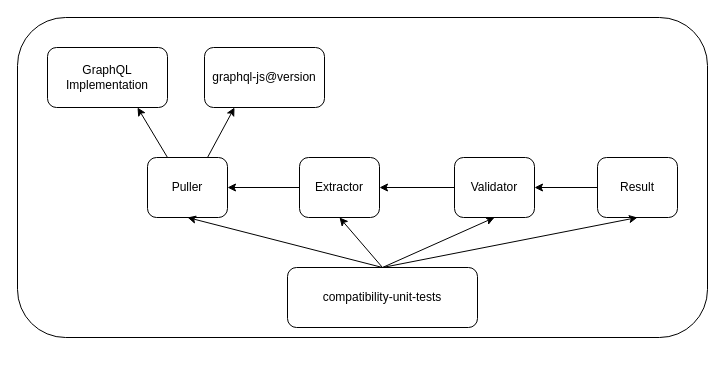
Earlier version of the draw.io diagram architecture/architecture.drawio (graphql-go/compatibility-unit-tests). Source tidied: cells renumbered, new cells numbered last; positions are measured from the earlier drawing's top-left corner, leaving out a move shared by most shapes. Both pictures are drawn from the tidied source at 100%, with x=0, y=0 at pixel (17, 17).
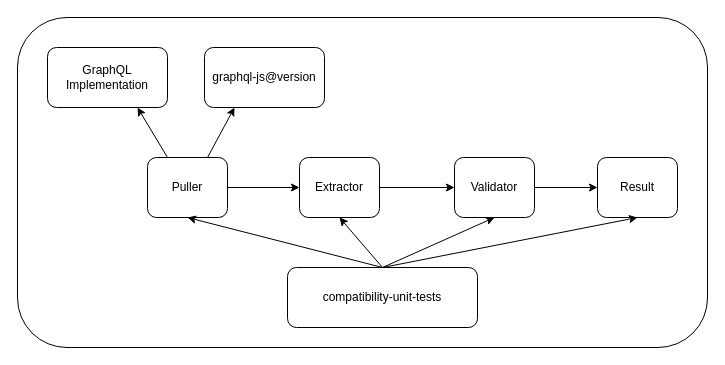
After the change.

The edit, as a diff of the source:
```diff
@@
 <mxGraphModel>
   <root>
     <mxCell id="0" />
     <mxCell id="1" parent="0" />
     <mxCell id="2" style="rounded=1;whiteSpace=wrap;html=1;fillColor=none;" parent="1" vertex="1">
-      <mxGeometry width="690" height="320" as="geometry" />
+      <mxGeometry width="690" height="330" as="geometry" />
     </mxCell>
     <mxCell id="3" value="graphql-js@version" style="rounded=1;whiteSpace=wrap;html=1;" parent="1" vertex="1">
       <mxGeometry x="187" y="30" width="120" height="60" as="geometry" />
     </mxCell>
     <mxCell id="4" value="GraphQL Implementation" style="rounded=1;whiteSpace=wrap;html=1;" parent="1" vertex="1">
       <mxGeometry x="30" y="30" width="120" height="60" as="geometry" />
     </mxCell>
     <mxCell id="5" value="compatibility-unit-tests" style="rounded=1;whiteSpace=wrap;html=1;" parent="1" vertex="1">
       <mxGeometry x="270" y="250" width="190" height="60" as="geometry" />
     </mxCell>
     <mxCell id="6" style="endArrow=classic;html=1;rounded=0;entryX=0.25;entryY=1;entryDx=0;entryDy=0;exitX=0.75;exitY=0;exitDx=0;exitDy=0;" parent="1" edge="1" source="8" target="3">
       <mxGeometry relative="1" as="geometry" />
     </mxCell>
     <mxCell id="7" style="endArrow=classic;html=1;rounded=0;entryX=0.75;entryY=1;entryDx=0;entryDy=0;exitX=0.25;exitY=0;exitDx=0;exitDy=0;" parent="1" edge="1" source="8" target="4">
       <mxGeometry relative="1" as="geometry" />
     </mxCell>
     <mxCell id="8" value="Puller" style="rounded=1;whiteSpace=wrap;html=1;" parent="1" vertex="1">
       <mxGeometry x="130" y="140" width="80" height="60" as="geometry" />
     </mxCell>
     <mxCell id="9" value="Extractor" style="rounded=1;whiteSpace=wrap;html=1;" parent="1" vertex="1">
       <mxGeometry x="282" y="140" width="80" height="60" as="geometry" />
     </mxCell>
     <mxCell id="10" value="Validator" style="rounded=1;whiteSpace=wrap;html=1;" parent="1" vertex="1">
       <mxGeometry x="437" y="140" width="80" height="60" as="geometry" />
     </mxCell>
     <mxCell id="11" value="Result" style="rounded=1;whiteSpace=wrap;html=1;" parent="1" vertex="1">
       <mxGeometry x="580" y="140" width="80" height="60" as="geometry" />
     </mxCell>
-    <mxCell id="12" style="endArrow=classic;html=1;rounded=0;entryX=1;entryY=0.5;entryDx=0;entryDy=0;exitX=0;exitY=0.5;exitDx=0;exitDy=0;" parent="1" edge="1" source="9" target="8">
+    <mxCell id="12" style="endArrow=classic;html=1;rounded=0;entryX=0;entryY=0.5;entryDx=0;entryDy=0;exitX=1;exitY=0.5;exitDx=0;exitDy=0;" parent="1" edge="1" source="8" target="9">
       <mxGeometry relative="1" as="geometry" />
     </mxCell>
-    <mxCell id="13" style="endArrow=classic;html=1;rounded=0;entryX=1;entryY=0.5;entryDx=0;entryDy=0;exitX=0;exitY=0.5;exitDx=0;exitDy=0;" parent="1" edge="1" source="10" target="9">
+    <mxCell id="13" style="endArrow=classic;html=1;rounded=0;entryX=0;entryY=0.5;entryDx=0;entryDy=0;exitX=1;exitY=0.5;exitDx=0;exitDy=0;" parent="1" edge="1" source="9" target="10">
       <mxGeometry relative="1" as="geometry" />
     </mxCell>
-    <mxCell id="14" style="endArrow=classic;html=1;rounded=0;entryX=1;entryY=0.5;entryDx=0;entryDy=0;exitX=0;exitY=0.5;exitDx=0;exitDy=0;" parent="1" edge="1" source="11" target="10">
+    <mxCell id="14" style="endArrow=classic;html=1;rounded=0;entryX=0;entryY=0.5;entryDx=0;entryDy=0;exitX=1;exitY=0.5;exitDx=0;exitDy=0;" parent="1" edge="1" source="10" target="11">
       <mxGeometry relative="1" as="geometry" />
     </mxCell>
     <mxCell id="15" style="endArrow=classic;html=1;rounded=0;entryX=0.5;entryY=1;entryDx=0;entryDy=0;exitX=0.5;exitY=0;exitDx=0;exitDy=0;" parent="1" edge="1" source="5" target="8">
       <mxGeometry relative="1" as="geometry" />
     </mxCell>
     <mxCell id="16" style="endArrow=classic;html=1;rounded=0;entryX=0.5;entryY=1;entryDx=0;entryDy=0;exitX=0.5;exitY=0;exitDx=0;exitDy=0;" parent="1" edge="1" source="5" target="9">
       <mxGeometry relative="1" as="geometry" />
     </mxCell>
     <mxCell id="17" style="endArrow=classic;html=1;rounded=0;entryX=0.5;entryY=1;entryDx=0;entryDy=0;exitX=0.5;exitY=0;exitDx=0;exitDy=0;" parent="1" edge="1" source="5" target="10">
       <mxGeometry relative="1" as="geometry" />
     </mxCell>
     <mxCell id="18" style="endArrow=classic;html=1;rounded=0;entryX=0.5;entryY=1;entryDx=0;entryDy=0;exitX=0.5;exitY=0;exitDx=0;exitDy=0;" parent="1" edge="1" source="5" target="11">
       <mxGeometry relative="1" as="geometry" />
     </mxCell>
   </root>
 </mxGraphModel>
```
